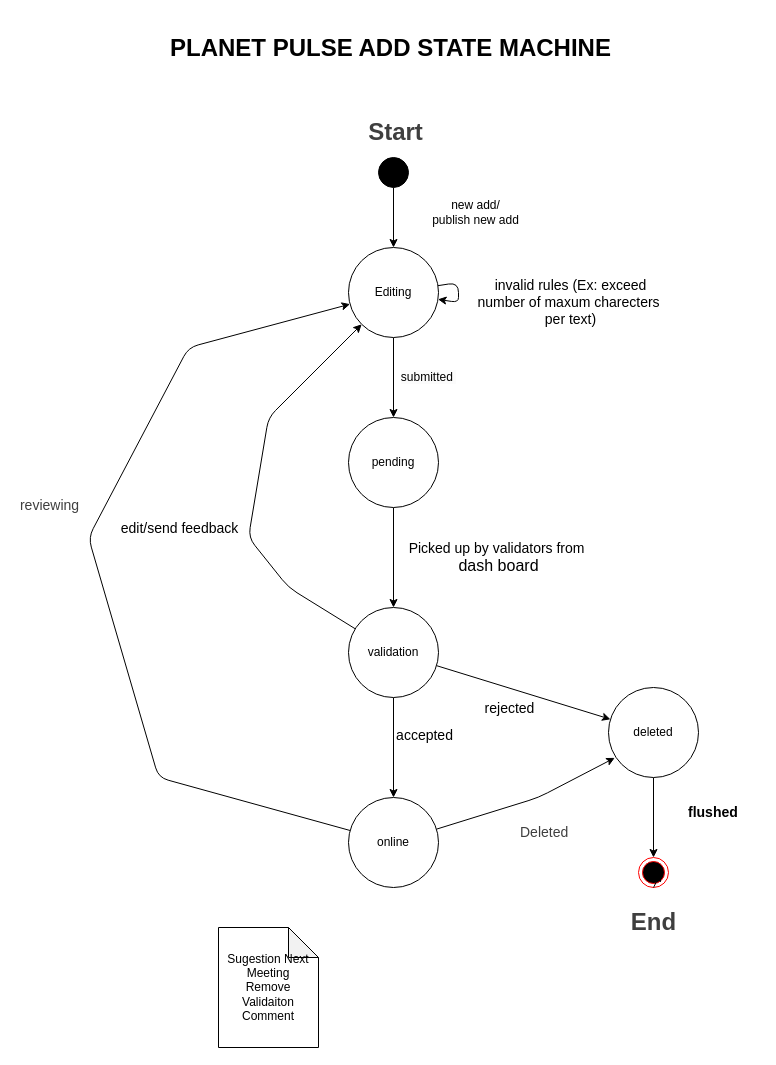
Giao748/ISEP-PESTI keeps this draw.io diagram as Docs/Status-machine/State-machine.drawio. Above is the earlier version. Source tidied: cells renumbered, new cells numbered last; positions are measured from the earlier drawing's top-left corner, leaving out a move shared by most shapes. Both pictures are drawn from the tidied source at 100%, with x=0, y=0 at pixel (88, 27).
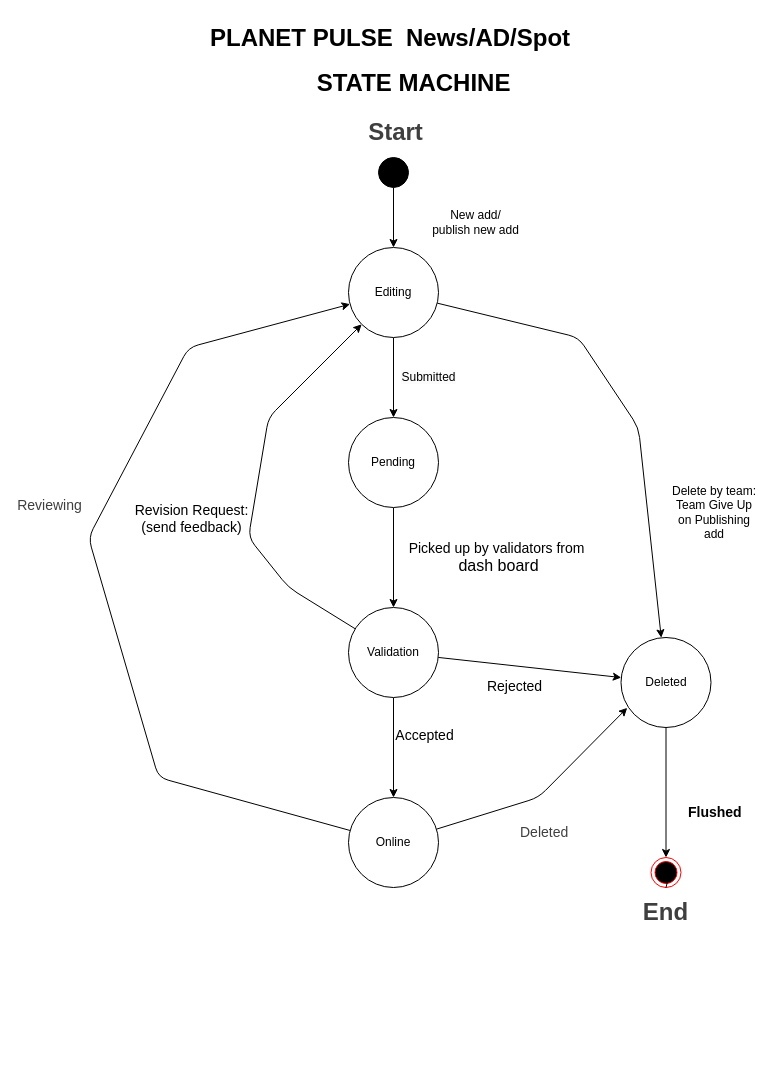
After the change.

The change refers to these unchanged cells:
```xml
<mxCell id="5" value="Editing" style="ellipse;whiteSpace=wrap;html=1;" parent="1" vertex="1">
  <mxGeometry x="260" y="220" width="90" height="90" as="geometry" />
</mxCell>
<mxCell id="11" style="edgeStyle=none;html=1;" parent="1" edge="1" source="16" target="19">
  <mxGeometry relative="1" as="geometry" />
</mxCell>
<mxCell id="14" style="edgeStyle=none;html=1;" parent="1" edge="1" source="16" target="21">
  <mxGeometry relative="1" as="geometry" />
</mxCell>
<mxCell id="17" style="edgeStyle=none;html=1;" parent="1" edge="1" source="19" target="5">
  <mxGeometry relative="1" as="geometry">
    <Array as="points">
      <mxPoint x="70" y="750" />
      <mxPoint y="510" />
      <mxPoint x="100" y="320" />
    </Array>
  </mxGeometry>
</mxCell>
```

Change to the diagram source:
```diff
@@
-    <mxCell id="4" value="&lt;span style=&quot;font-size: 12px; text-wrap: wrap; background-color: rgb(251, 251, 251);&quot;&gt;submitted&amp;nbsp;&lt;/span&gt;" style="edgeStyle=none;html=1;" parent="1" edge="1" source="5" target="9">
+    <mxCell id="4" value="&lt;span style=&quot;font-size: 12px; text-wrap: wrap; background-color: rgb(251, 251, 251);&quot;&gt;Submitted&lt;/span&gt;" style="edgeStyle=none;html=1;" parent="1" edge="1" source="5" target="9">
       <mxGeometry y="35" relative="1" as="geometry" />
     </mxCell>
+    <mxCell id="33" style="edgeStyle=none;html=1;" parent="1" edge="1" source="5" target="21">
+      <mxGeometry relative="1" as="geometry">
+        <Array as="points">
+          <mxPoint x="490" y="310" />
+          <mxPoint x="550" y="400" />
+        </Array>
+      </mxGeometry>
+    </mxCell>
@@
-    <mxCell id="7" value="new add/&lt;div&gt;publish new add&lt;/div&gt;" style="text;html=1;align=center;verticalAlign=middle;whiteSpace=wrap;rounded=0;" parent="1" vertex="1">
-      <mxGeometry x="320" y="170" width="135" height="30" as="geometry" />
+    <mxCell id="7" value="New add/&lt;div&gt;publish new add&lt;/div&gt;" style="text;html=1;align=center;verticalAlign=middle;whiteSpace=wrap;rounded=0;" parent="1" vertex="1">
+      <mxGeometry x="320" y="180" width="135" height="30" as="geometry" />
     </mxCell>
@@
-    <mxCell id="9" value="pending" style="ellipse;whiteSpace=wrap;html=1;" parent="1" vertex="1">
+    <mxCell id="9" value="Pending" style="ellipse;whiteSpace=wrap;html=1;" parent="1" vertex="1">
       <mxGeometry x="260" y="390" width="90" height="90" as="geometry" />
     </mxCell>
-    <mxCell id="10" value="&lt;h1 style=&quot;margin-top: 0px;&quot;&gt;PLANET PULSE ADD STATE MACHINE&lt;/h1&gt;" style="text;html=1;whiteSpace=wrap;overflow=hidden;rounded=0;" parent="1" vertex="1">
-      <mxGeometry x="80" width="480" height="50" as="geometry" />
+    <mxCell id="10" value="&lt;h1 style=&quot;margin-top: 0px;&quot;&gt;PLANET PULSE&amp;nbsp; News/AD/Spot&amp;nbsp;&lt;/h1&gt;&lt;h1 style=&quot;margin-top: 0px;&quot;&gt;&lt;span style=&quot;white-space: pre;&quot;&gt;&#9;&lt;/span&gt;&lt;span style=&quot;white-space: pre;&quot;&gt;&#9;&lt;/span&gt;STATE MACHINE&lt;/h1&gt;" style="text;html=1;whiteSpace=wrap;overflow=hidden;rounded=0;" parent="1" vertex="1">
+      <mxGeometry x="120" y="-10" width="430" height="80" as="geometry" />
     </mxCell>
@@
-    <mxCell id="12" value="&lt;font style=&quot;font-size: 14px;&quot;&gt;accepted&lt;/font&gt;" style="edgeLabel;html=1;align=center;verticalAlign=middle;" parent="11" vertex="1">
+    <mxCell id="12" value="&lt;font style=&quot;font-size: 14px;&quot;&gt;Accepted&lt;/font&gt;" style="edgeLabel;html=1;align=center;verticalAlign=middle;" parent="11" vertex="1">
       <mxGeometry x="-0.27" y="4" relative="1" as="geometry">
         <mxPoint x="26" as="offset" />
       </mxGeometry>
     </mxCell>
@@
-    <mxCell id="15" value="&lt;font style=&quot;font-size: 14px;&quot;&gt;rejected&lt;/font&gt;" style="edgeLabel;html=1;align=center;verticalAlign=middle;" parent="14" vertex="1">
+    <mxCell id="15" value="&lt;font style=&quot;font-size: 14px;&quot;&gt;Rejected&lt;/font&gt;" style="edgeLabel;html=1;align=center;verticalAlign=middle;" parent="14" vertex="1">
       <mxGeometry x="-0.17" y="-2" relative="1" as="geometry">
         <mxPoint y="18" as="offset" />
       </mxGeometry>
     </mxCell>
-    <mxCell id="16" value="validation" style="ellipse;whiteSpace=wrap;html=1;" parent="1" vertex="1">
+    <mxCell id="16" value="Validation" style="ellipse;whiteSpace=wrap;html=1;" parent="1" vertex="1">
       <mxGeometry x="260" y="580" width="90" height="90" as="geometry" />
     </mxCell>
@@
-    <mxCell id="18" value="&lt;span style=&quot;color: rgb(63, 63, 63); font-size: 14px;&quot;&gt;reviewing&lt;/span&gt;" style="edgeLabel;html=1;align=center;verticalAlign=middle;" parent="17" vertex="1">
+    <mxCell id="18" value="&lt;span style=&quot;color: rgb(63, 63, 63); font-size: 14px;&quot;&gt;Reviewing&lt;/span&gt;" style="edgeLabel;html=1;align=center;verticalAlign=middle;" parent="17" vertex="1">
       <mxGeometry x="0.28" y="2" relative="1" as="geometry">
         <mxPoint x="-76" y="42" as="offset" />
       </mxGeometry>
     </mxCell>
-    <mxCell id="19" value="online" style="ellipse;whiteSpace=wrap;html=1;" parent="1" vertex="1">
+    <mxCell id="19" value="Online" style="ellipse;whiteSpace=wrap;html=1;" parent="1" vertex="1">
       <mxGeometry x="260" y="770" width="90" height="90" as="geometry" />
     </mxCell>
@@
-    <mxCell id="21" value="deleted" style="ellipse;whiteSpace=wrap;html=1;" parent="1" vertex="1">
-      <mxGeometry x="520" y="660" width="90" height="90" as="geometry" />
+    <mxCell id="21" value="Deleted" style="ellipse;whiteSpace=wrap;html=1;" parent="1" vertex="1">
+      <mxGeometry x="532.5" y="610" width="90" height="90" as="geometry" />
     </mxCell>
@@
     <mxCell id="23" style="ellipse;html=1;shape=endState;fillColor=#000000;strokeColor=#ff0000;" parent="1" vertex="1">
-      <mxGeometry x="550" y="830" width="30" height="30" as="geometry" />
+      <mxGeometry x="562.5" y="830" width="30" height="30" as="geometry" />
     </mxCell>
     <mxCell id="24" style="edgeStyle=none;html=1;exitX=0.5;exitY=1;exitDx=0;exitDy=0;entryX=0.75;entryY=0.512;entryDx=0;entryDy=0;entryPerimeter=0;" parent="1" edge="1" source="23" target="23">
-      <mxGeometry relative="1" as="geometry" />
+      <mxGeometry relative="1" as="geometry">
+        <Array as="points">
+          <mxPoint x="580" y="850" />
+        </Array>
+      </mxGeometry>
     </mxCell>
-    <mxCell id="25" value="&lt;div style=&quot;text-align: center;&quot;&gt;&lt;span style=&quot;text-wrap: nowrap; background-color: rgb(255, 255, 255);&quot;&gt;&lt;font style=&quot;font-size: 14px;&quot;&gt;&lt;b&gt;flushed&lt;/b&gt;&lt;/font&gt;&lt;/span&gt;&lt;/div&gt;" style="text;whiteSpace=wrap;html=1;" parent="1" vertex="1">
+    <mxCell id="25" value="&lt;div style=&quot;text-align: center;&quot;&gt;&lt;span style=&quot;text-wrap: nowrap; background-color: rgb(255, 255, 255);&quot;&gt;&lt;font style=&quot;font-size: 14px;&quot;&gt;&lt;b&gt;Flushed&lt;/b&gt;&lt;/font&gt;&lt;/span&gt;&lt;/div&gt;" style="text;whiteSpace=wrap;html=1;" parent="1" vertex="1">
       <mxGeometry x="597.5" y="770" width="60" height="30" as="geometry" />
     </mxCell>
@@
     <mxCell id="28" value="&lt;b style=&quot;scrollbar-color: light-dark(#e2e2e2, #4b4b4b)&lt;br/&gt;&#9;&#9;&#9;&#9;&#9;light-dark(#fbfbfb, var(--dark-panel-color)); font-size: 24px; color: rgb(63, 63, 63);&quot;&gt;End&lt;/b&gt;" style="text;html=1;align=center;verticalAlign=middle;whiteSpace=wrap;rounded=0;" parent="1" vertex="1">
-      <mxGeometry x="532.5" y="880" width="65" height="30" as="geometry" />
+      <mxGeometry x="545" y="870" width="65" height="30" as="geometry" />
     </mxCell>
-    <mxCell id="29" value="&lt;span style=&quot;font-size: 14px;&quot;&gt;edit/send feedback&lt;/span&gt;" style="edgeLabel;html=1;align=center;verticalAlign=middle;" parent="1" vertex="1">
-      <mxGeometry x="90" y="500" as="geometry" />
+    <mxCell id="29" value="&lt;span style=&quot;font-size: 14px;&quot;&gt;Revision Request:&lt;br&gt;(send feedback)&lt;/span&gt;" style="edgeLabel;html=1;align=center;verticalAlign=middle;" parent="1" vertex="1">
+      <mxGeometry x="102.5" y="490" as="geometry" />
     </mxCell>
-    <mxCell id="30" style="edgeStyle=none;html=1;elbow=horizontal;" parent="1" edge="1" source="5" target="5">
-      <mxGeometry relative="1" as="geometry" />
-    </mxCell>
-    <mxCell id="31" value="&lt;font style=&quot;font-size: 14px;&quot;&gt;invalid rules (Ex: exceed number of maxum charecters&amp;nbsp; per text)&lt;/font&gt;" style="text;html=1;align=center;verticalAlign=middle;whiteSpace=wrap;rounded=0;" parent="1" vertex="1">
-      <mxGeometry x="385" y="260" width="195" height="30" as="geometry" />
-    </mxCell>
-    <mxCell id="32" value="Sugestion Next Meeting&lt;div&gt;Remove Validaiton Comment&lt;/div&gt;" style="shape=note;whiteSpace=wrap;html=1;backgroundOutline=1;darkOpacity=0.05;" parent="1" vertex="1">
-      <mxGeometry x="130" y="900" width="100" height="120" as="geometry" />
-    </mxCell>
+    <mxCell id="34" value="&lt;div style=&quot;text-align: center;&quot;&gt;Delete by team:&lt;/div&gt;&lt;div style=&quot;text-align: center;&quot;&gt;Team Give Up on Publishing add&lt;/div&gt;" style="text;whiteSpace=wrap;html=1;" parent="1" vertex="1">
+      <mxGeometry x="580" y="450" width="90" height="40" as="geometry" />
+    </mxCell>
```
